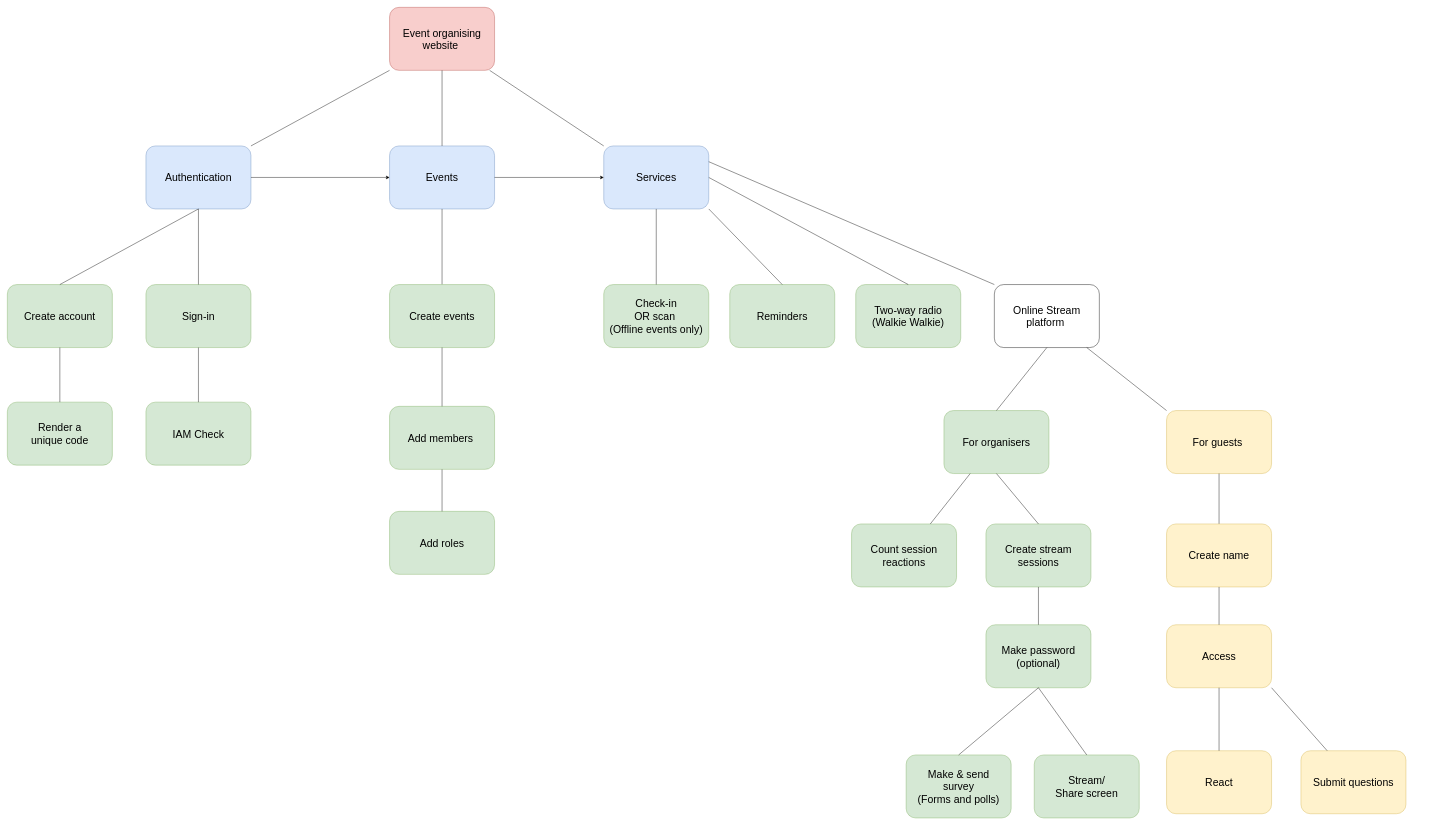
The draw.io diagram Biểu đồ không có tiêu đề.drawio in tuhuynh1011lod/Event-organising-website, before the edit. Source tidied: cells renumbered, new cells numbered last; positions are measured from the earlier drawing's top-left corner, leaving out a move shared by most shapes. Both pictures are drawn from the tidied source at 42%, with x=0, y=0 at pixel (7, 7).
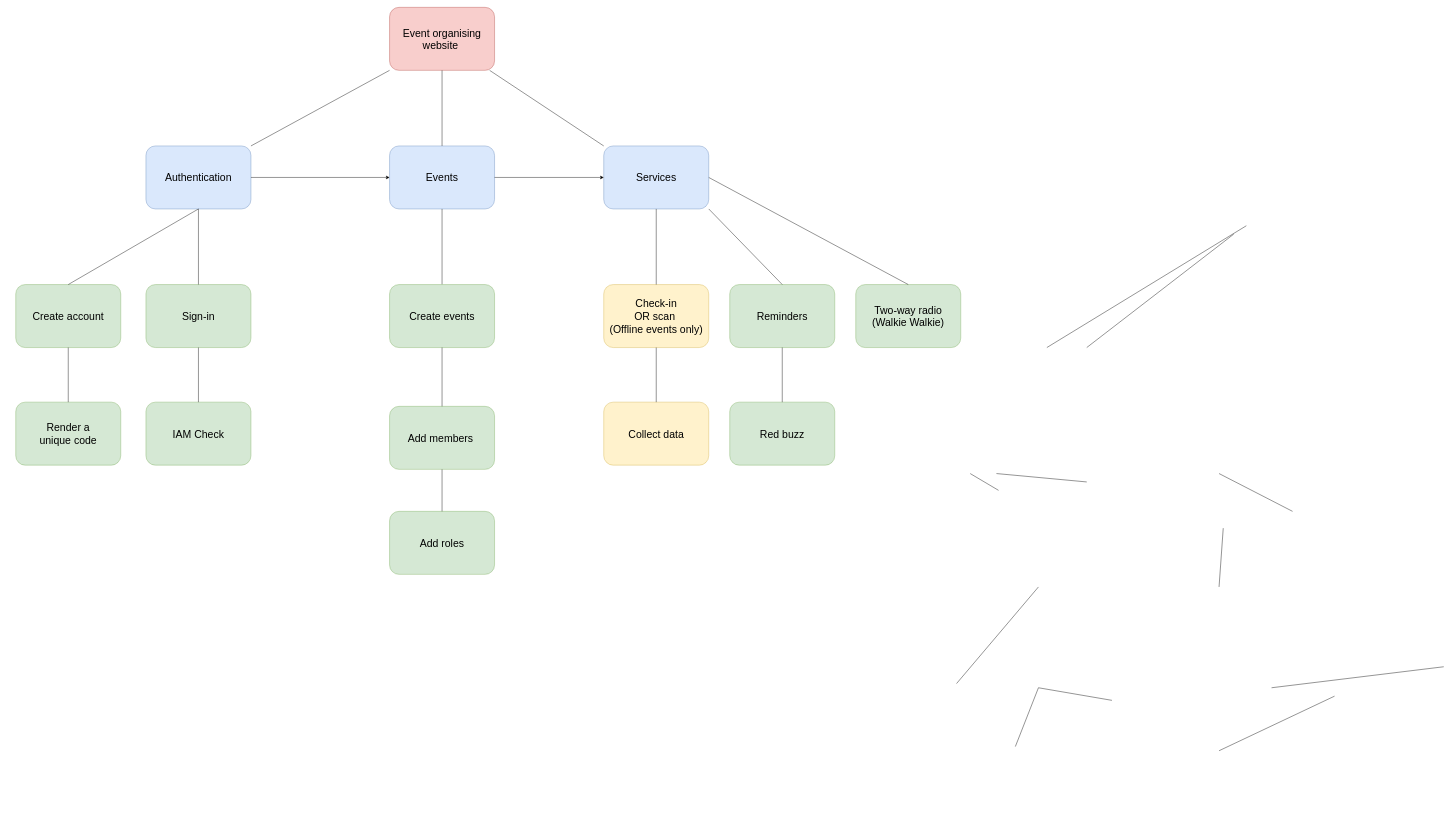
Above is the later version.

The change refers to these unchanged cells:
```xml
<mxCell id="7" value="&lt;span style=&quot;font-size: 25px;&quot;&gt;Services&lt;/span&gt;" style="rounded=1;whiteSpace=wrap;html=1;fillColor=#dae8fc;strokeColor=#6c8ebf;" parent="1" vertex="1">
  <mxGeometry x="1420" y="330" width="250" height="150" as="geometry" />
</mxCell>
<mxCell id="10" value="&lt;span style=&quot;font-size: 25px;&quot;&gt;Reminders&lt;/span&gt;" style="rounded=1;whiteSpace=wrap;html=1;fillColor=#d5e8d4;strokeColor=#82b366;" parent="1" vertex="1">
  <mxGeometry x="1720" y="660" width="250" height="150" as="geometry" />
</mxCell>
<mxCell id="11" value="&lt;span style=&quot;font-size: 25px;&quot;&gt;Two-way radio&lt;br&gt;(Walkie Walkie)&lt;br&gt;&lt;/span&gt;" style="rounded=1;whiteSpace=wrap;html=1;fillColor=#d5e8d4;strokeColor=#82b366;" parent="1" vertex="1">
  <mxGeometry x="2020" y="660" width="250" height="150" as="geometry" />
</mxCell>
```

What changed in the source:
```diff
@@
     <mxCell id="4" value="&lt;span style=&quot;font-size: 25px;&quot;&gt;Create account&lt;/span&gt;" style="rounded=1;whiteSpace=wrap;html=1;fillColor=#d5e8d4;strokeColor=#82b366;" parent="1" vertex="1">
-      <mxGeometry y="660" width="250" height="150" as="geometry" />
+      <mxGeometry x="20" y="660" width="250" height="150" as="geometry" />
     </mxCell>
@@
-    <mxCell id="12" value="&lt;span style=&quot;font-size: 25px;&quot;&gt;Online Stream platform&amp;nbsp;&lt;/span&gt;" style="rounded=1;whiteSpace=wrap;html=1;" parent="1" vertex="1">
-      <mxGeometry x="2350" y="660" width="250" height="150" as="geometry" />
-    </mxCell>
     <mxCell id="13" value="&lt;span style=&quot;font-size: 25px;&quot;&gt;Render a &lt;br&gt;unique code&lt;/span&gt;" style="rounded=1;whiteSpace=wrap;html=1;fillColor=#d5e8d4;strokeColor=#82b366;" parent="1" vertex="1">
-      <mxGeometry y="940" width="250" height="150" as="geometry" />
+      <mxGeometry x="20" y="940" width="250" height="150" as="geometry" />
     </mxCell>
-    <mxCell id="14" value="&lt;span style=&quot;font-size: 25px;&quot;&gt;For organisers&lt;/span&gt;" style="rounded=1;whiteSpace=wrap;html=1;fillColor=#d5e8d4;strokeColor=#82b366;" parent="1" vertex="1">
-      <mxGeometry x="2230" y="960" width="250" height="150" as="geometry" />
-    </mxCell>
-    <mxCell id="15" value="&lt;span style=&quot;font-size: 25px;&quot;&gt;For guests&amp;nbsp;&lt;/span&gt;" style="rounded=1;whiteSpace=wrap;html=1;fillColor=#fff2cc;strokeColor=#d6b656;" parent="1" vertex="1">
-      <mxGeometry x="2760" y="960" width="250" height="150" as="geometry" />
-    </mxCell>
-    <mxCell id="16" value="&lt;span style=&quot;font-size: 25px;&quot;&gt;Make &amp;amp; send&lt;br&gt;survey&lt;br&gt;(Forms and polls)&lt;br&gt;&lt;/span&gt;" style="rounded=1;whiteSpace=wrap;html=1;fillColor=#d5e8d4;strokeColor=#82b366;" parent="1" vertex="1">
-      <mxGeometry x="2140" y="1780" width="250" height="150" as="geometry" />
-    </mxCell>
-    <mxCell id="17" value="&lt;span style=&quot;font-size: 25px;&quot;&gt;Check-in&lt;br&gt;OR scan&amp;nbsp;&lt;br&gt;(Offline events only)&lt;br&gt;&lt;/span&gt;" style="rounded=1;whiteSpace=wrap;html=1;fillColor=#d5e8d4;strokeColor=#82b366;" parent="1" vertex="1">
+    <mxCell id="17" value="&lt;span style=&quot;font-size: 25px;&quot;&gt;Check-in&lt;br&gt;OR scan&amp;nbsp;&lt;br&gt;(Offline events only)&lt;br&gt;&lt;/span&gt;" style="rounded=1;whiteSpace=wrap;html=1;fillColor=#fff2cc;strokeColor=#d6b656;" parent="1" vertex="1">
       <mxGeometry x="1420" y="660" width="250" height="150" as="geometry" />
     </mxCell>
-    <mxCell id="18" value="&lt;span style=&quot;font-size: 25px;&quot;&gt;Create stream sessions&lt;br&gt;&lt;/span&gt;" style="rounded=1;whiteSpace=wrap;html=1;fillColor=#d5e8d4;strokeColor=#82b366;" parent="1" vertex="1">
-      <mxGeometry x="2330" y="1230" width="250" height="150" as="geometry" />
-    </mxCell>
-    <mxCell id="19" value="&lt;span style=&quot;font-size: 25px;&quot;&gt;Make password&lt;br&gt;(optional)&lt;br&gt;&lt;/span&gt;" style="rounded=1;whiteSpace=wrap;html=1;fillColor=#d5e8d4;strokeColor=#82b366;" parent="1" vertex="1">
-      <mxGeometry x="2330" y="1470" width="250" height="150" as="geometry" />
-    </mxCell>
-    <mxCell id="20" value="&lt;span style=&quot;font-size: 25px;&quot;&gt;Count session reactions&lt;br&gt;&lt;/span&gt;" style="rounded=1;whiteSpace=wrap;html=1;fillColor=#d5e8d4;strokeColor=#82b366;" parent="1" vertex="1">
-      <mxGeometry x="2010" y="1230" width="250" height="150" as="geometry" />
-    </mxCell>
-    <mxCell id="21" value="&lt;span style=&quot;font-size: 25px;&quot;&gt;Stream/&lt;br&gt;Share screen&lt;br&gt;&lt;/span&gt;" style="rounded=1;whiteSpace=wrap;html=1;fillColor=#d5e8d4;strokeColor=#82b366;" parent="1" vertex="1">
-      <mxGeometry x="2445" y="1780" width="250" height="150" as="geometry" />
-    </mxCell>
-    <mxCell id="22" value="&lt;span style=&quot;font-size: 25px;&quot;&gt;Access&lt;/span&gt;" style="rounded=1;whiteSpace=wrap;html=1;fillColor=#fff2cc;strokeColor=#d6b656;" parent="1" vertex="1">
-      <mxGeometry x="2760" y="1470" width="250" height="150" as="geometry" />
-    </mxCell>
-    <mxCell id="23" value="&lt;span style=&quot;font-size: 25px;&quot;&gt;React&lt;/span&gt;" style="rounded=1;whiteSpace=wrap;html=1;fillColor=#fff2cc;strokeColor=#d6b656;" parent="1" vertex="1">
-      <mxGeometry x="2760" y="1770" width="250" height="150" as="geometry" />
-    </mxCell>
-    <mxCell id="24" value="&lt;span style=&quot;font-size: 25px;&quot;&gt;Submit questions&lt;/span&gt;" style="rounded=1;whiteSpace=wrap;html=1;fillColor=#fff2cc;strokeColor=#d6b656;" parent="1" vertex="1">
-      <mxGeometry x="3080" y="1770" width="250" height="150" as="geometry" />
-    </mxCell>
@@
-    <mxCell id="40" style="endArrow=none;html=1;rounded=0;fontSize=25;entryX=0.5;entryY=0;entryDx=0;entryDy=0;exitX=1;exitY=0.5;exitDx=0;exitDy=0;" parent="1" edge="1" source="7" target="11">
-      <mxGeometry relative="1" as="geometry" />
+    <mxCell id="40" style="endArrow=none;html=1;rounded=0;fontSize=25;entryX=0.5;entryY=0;entryDx=0;entryDy=0;" parent="1" edge="1" target="11">
+      <mxGeometry relative="1" as="geometry">
+        <mxPoint x="1670" y="405" as="sourcePoint" />
+      </mxGeometry>
     </mxCell>
-    <mxCell id="41" style="endArrow=none;html=1;rounded=0;fontSize=25;exitX=1;exitY=0.25;exitDx=0;exitDy=0;entryX=0;entryY=0;entryDx=0;entryDy=0;" parent="1" edge="1" source="7" target="12">
-      <mxGeometry relative="1" as="geometry" />
-    </mxCell>
-    <mxCell id="42" style="endArrow=none;html=1;rounded=0;fontSize=25;entryX=0.5;entryY=1;entryDx=0;entryDy=0;exitX=0.5;exitY=0;exitDx=0;exitDy=0;" parent="1" edge="1" source="14" target="12">
-      <mxGeometry relative="1" as="geometry" />
+    <mxCell id="42" style="endArrow=none;html=1;rounded=0;fontSize=25;entryX=0.5;entryY=1;entryDx=0;entryDy=0;exitX=0.5;exitY=0;exitDx=0;exitDy=0;" parent="1" edge="1">
+      <mxGeometry relative="1" as="geometry">
+        <mxPoint x="2950" y="520" as="sourcePoint" />
+        <mxPoint x="2475" y="810" as="targetPoint" />
+      </mxGeometry>
     </mxCell>
-    <mxCell id="43" style="endArrow=none;html=1;rounded=0;fontSize=25;exitX=0;exitY=0;exitDx=0;exitDy=0;" parent="1" edge="1" source="15" target="12">
-      <mxGeometry relative="1" as="geometry" />
+    <mxCell id="43" style="endArrow=none;html=1;rounded=0;fontSize=25;exitX=0;exitY=0;exitDx=0;exitDy=0;" parent="1" edge="1">
+      <mxGeometry relative="1" as="geometry">
+        <mxPoint x="2920" y="540" as="sourcePoint" />
+        <mxPoint x="2570" y="810" as="targetPoint" />
+      </mxGeometry>
     </mxCell>
-    <mxCell id="44" style="endArrow=none;html=1;rounded=0;fontSize=25;entryX=0.5;entryY=1;entryDx=0;entryDy=0;exitX=0.5;exitY=0;exitDx=0;exitDy=0;" parent="1" edge="1" source="18" target="14">
-      <mxGeometry relative="1" as="geometry" />
+    <mxCell id="44" style="endArrow=none;html=1;rounded=0;fontSize=25;entryX=0.5;entryY=1;entryDx=0;entryDy=0;exitX=0.5;exitY=0;exitDx=0;exitDy=0;" parent="1" edge="1">
+      <mxGeometry relative="1" as="geometry">
+        <mxPoint x="2570" y="1130" as="sourcePoint" />
+        <mxPoint x="2355" y="1110" as="targetPoint" />
+      </mxGeometry>
     </mxCell>
-    <mxCell id="45" style="endArrow=none;html=1;rounded=0;fontSize=25;entryX=0.25;entryY=1;entryDx=0;entryDy=0;exitX=0.75;exitY=0;exitDx=0;exitDy=0;" parent="1" edge="1" source="20" target="14">
-      <mxGeometry relative="1" as="geometry" />
+    <mxCell id="45" style="endArrow=none;html=1;rounded=0;fontSize=25;entryX=0.25;entryY=1;entryDx=0;entryDy=0;exitX=0.75;exitY=0;exitDx=0;exitDy=0;" parent="1" edge="1">
+      <mxGeometry relative="1" as="geometry">
+        <mxPoint x="2360" y="1150" as="sourcePoint" />
+        <mxPoint x="2292.5" y="1110" as="targetPoint" />
+      </mxGeometry>
     </mxCell>
-    <mxCell id="46" style="endArrow=none;html=1;rounded=0;fontSize=25;entryX=0.5;entryY=1;entryDx=0;entryDy=0;exitX=0.5;exitY=0;exitDx=0;exitDy=0;" parent="1" edge="1" source="19" target="18">
-      <mxGeometry relative="1" as="geometry" />
+    <mxCell id="46" style="endArrow=none;html=1;rounded=0;fontSize=25;entryX=0.5;entryY=1;entryDx=0;entryDy=0;exitX=0.5;exitY=0;exitDx=0;exitDy=0;" parent="1" edge="1">
+      <mxGeometry relative="1" as="geometry">
+        <mxPoint x="2260" y="1610" as="sourcePoint" />
+        <mxPoint x="2455" y="1380" as="targetPoint" />
+      </mxGeometry>
     </mxCell>
-    <mxCell id="47" style="endArrow=none;html=1;rounded=0;fontSize=25;entryX=0.5;entryY=1;entryDx=0;entryDy=0;exitX=0.5;exitY=0;exitDx=0;exitDy=0;" parent="1" edge="1" source="16" target="19">
-      <mxGeometry relative="1" as="geometry" />
+    <mxCell id="47" style="endArrow=none;html=1;rounded=0;fontSize=25;entryX=0.5;entryY=1;entryDx=0;entryDy=0;exitX=0.5;exitY=0;exitDx=0;exitDy=0;" parent="1" edge="1">
+      <mxGeometry relative="1" as="geometry">
+        <mxPoint x="2400" y="1760" as="sourcePoint" />
+        <mxPoint x="2455" y="1620" as="targetPoint" />
+      </mxGeometry>
     </mxCell>
-    <mxCell id="48" style="endArrow=none;html=1;rounded=0;fontSize=25;exitX=0.5;exitY=0;exitDx=0;exitDy=0;entryX=0.5;entryY=1;entryDx=0;entryDy=0;" parent="1" edge="1" source="21" target="19">
-      <mxGeometry relative="1" as="geometry" />
+    <mxCell id="48" style="endArrow=none;html=1;rounded=0;fontSize=25;exitX=0.5;exitY=0;exitDx=0;exitDy=0;entryX=0.5;entryY=1;entryDx=0;entryDy=0;" parent="1" edge="1">
+      <mxGeometry relative="1" as="geometry">
+        <mxPoint x="2630" y="1650" as="sourcePoint" />
+        <mxPoint x="2455" y="1620" as="targetPoint" />
+      </mxGeometry>
     </mxCell>
-    <mxCell id="49" style="endArrow=none;html=1;rounded=0;fontSize=25;entryX=0.5;entryY=1;entryDx=0;entryDy=0;exitX=0.5;exitY=0;exitDx=0;exitDy=0;" parent="1" edge="1" source="53" target="15">
-      <mxGeometry relative="1" as="geometry" />
+    <mxCell id="49" style="endArrow=none;html=1;rounded=0;fontSize=25;entryX=0.5;entryY=1;entryDx=0;entryDy=0;exitX=0.5;exitY=0;exitDx=0;exitDy=0;" parent="1" edge="1">
+      <mxGeometry relative="1" as="geometry">
+        <mxPoint x="3060" y="1200" as="sourcePoint" />
+        <mxPoint x="2885" y="1110" as="targetPoint" />
+      </mxGeometry>
     </mxCell>
-    <mxCell id="50" style="endArrow=none;html=1;rounded=0;fontSize=25;entryX=0.5;entryY=1;entryDx=0;entryDy=0;exitX=0.5;exitY=0;exitDx=0;exitDy=0;" parent="1" edge="1" source="23" target="22">
-      <mxGeometry relative="1" as="geometry" />
+    <mxCell id="50" style="endArrow=none;html=1;rounded=0;fontSize=25;entryX=0.5;entryY=1;entryDx=0;entryDy=0;exitX=0.5;exitY=0;exitDx=0;exitDy=0;" parent="1" edge="1">
+      <mxGeometry relative="1" as="geometry">
+        <mxPoint x="2885" y="1770" as="sourcePoint" />
+        <mxPoint x="3160" y="1640" as="targetPoint" />
+      </mxGeometry>
     </mxCell>
-    <mxCell id="51" style="endArrow=none;html=1;rounded=0;fontSize=25;entryX=1;entryY=1;entryDx=0;entryDy=0;exitX=0.25;exitY=0;exitDx=0;exitDy=0;" parent="1" edge="1" source="24" target="22">
-      <mxGeometry relative="1" as="geometry" />
+    <mxCell id="51" style="endArrow=none;html=1;rounded=0;fontSize=25;entryX=1;entryY=1;entryDx=0;entryDy=0;exitX=0.25;exitY=0;exitDx=0;exitDy=0;" parent="1" edge="1">
+      <mxGeometry relative="1" as="geometry">
+        <mxPoint x="3420" y="1570" as="sourcePoint" />
+        <mxPoint x="3010" y="1620" as="targetPoint" />
+      </mxGeometry>
     </mxCell>
@@
-    <mxCell id="53" value="&lt;span style=&quot;font-size: 25px;&quot;&gt;Create name&lt;/span&gt;" style="rounded=1;whiteSpace=wrap;html=1;fillColor=#fff2cc;strokeColor=#d6b656;" parent="1" vertex="1">
-      <mxGeometry x="2760" y="1230" width="250" height="150" as="geometry" />
-    </mxCell>
-    <mxCell id="54" style="endArrow=none;html=1;rounded=0;fontSize=25;entryX=0.5;entryY=1;entryDx=0;entryDy=0;exitX=0.5;exitY=0;exitDx=0;exitDy=0;" parent="1" edge="1" source="22" target="53">
-      <mxGeometry relative="1" as="geometry" />
+    <mxCell id="54" style="endArrow=none;html=1;rounded=0;fontSize=25;entryX=0.5;entryY=1;entryDx=0;entryDy=0;exitX=0.5;exitY=0;exitDx=0;exitDy=0;" parent="1" edge="1">
+      <mxGeometry relative="1" as="geometry">
+        <mxPoint x="2895" y="1240" as="sourcePoint" />
+        <mxPoint x="2885" y="1380" as="targetPoint" />
+      </mxGeometry>
     </mxCell>
+    <mxCell id="55" value="&lt;span style=&quot;font-size: 25px;&quot;&gt;Red buzz&lt;/span&gt;" style="rounded=1;whiteSpace=wrap;html=1;fillColor=#d5e8d4;strokeColor=#82b366;" parent="1" vertex="1">
+      <mxGeometry x="1720" y="940" width="250" height="150" as="geometry" />
+    </mxCell>
+    <mxCell id="56" style="endArrow=none;html=1;rounded=0;fontSize=25;entryX=0.5;entryY=1;entryDx=0;entryDy=0;exitX=0.5;exitY=0;exitDx=0;exitDy=0;" parent="1" edge="1" source="55" target="10">
+      <mxGeometry relative="1" as="geometry" />
+    </mxCell>
+    <mxCell id="57" value="&lt;span style=&quot;font-size: 25px;&quot;&gt;Collect data&lt;br&gt;&lt;/span&gt;" style="rounded=1;whiteSpace=wrap;html=1;fillColor=#fff2cc;strokeColor=#d6b656;" parent="1" vertex="1">
+      <mxGeometry x="1420" y="940" width="250" height="150" as="geometry" />
+    </mxCell>
+    <mxCell id="58" style="endArrow=none;html=1;rounded=0;fontSize=25;entryX=0.5;entryY=1;entryDx=0;entryDy=0;exitX=0.5;exitY=0;exitDx=0;exitDy=0;" parent="1" edge="1" source="57" target="17">
+      <mxGeometry relative="1" as="geometry" />
+    </mxCell>
```
